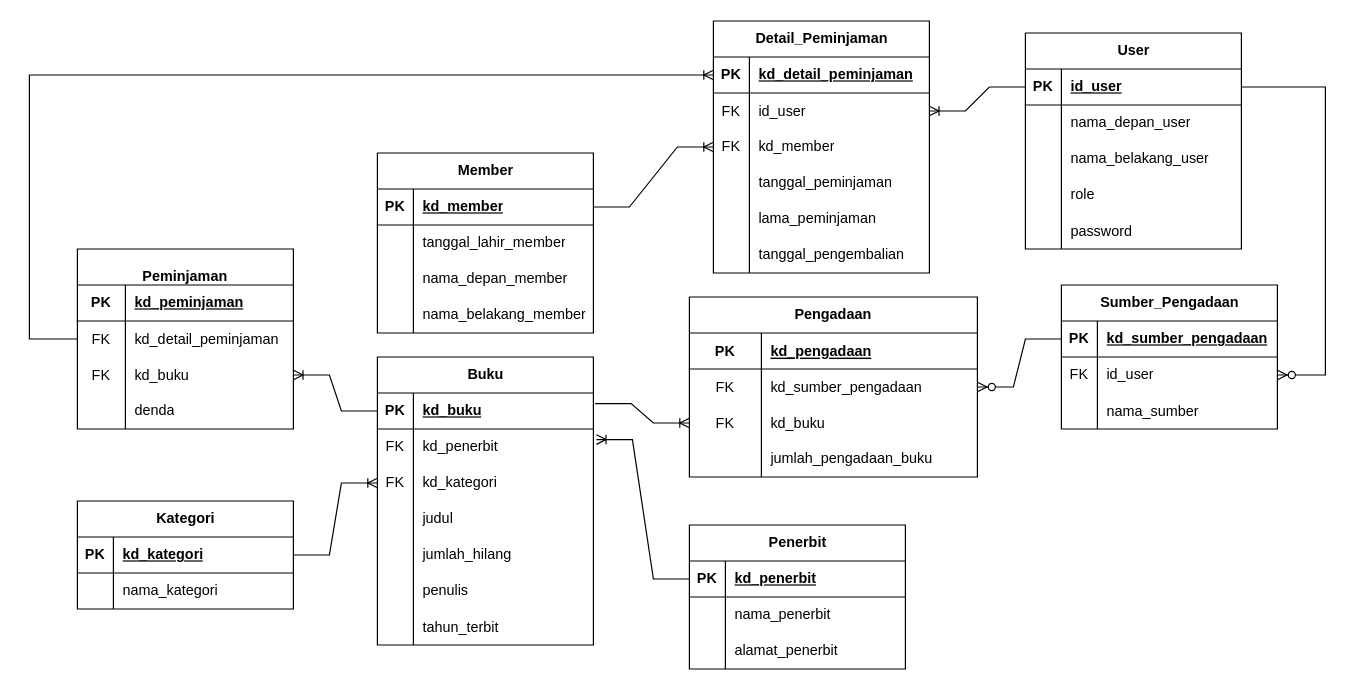
Above: page "RAT" (3 of 3) of design/Design.drawio in gitar14/qt-books-quick (draw.io), before the change. Source tidied: cells renumbered, new cells numbered last; positions are measured from the earlier drawing's top-left corner, leaving out a move shared by most shapes. Both pictures are drawn from the tidied source at 120%, with x=0, y=0 at pixel (29, 20).
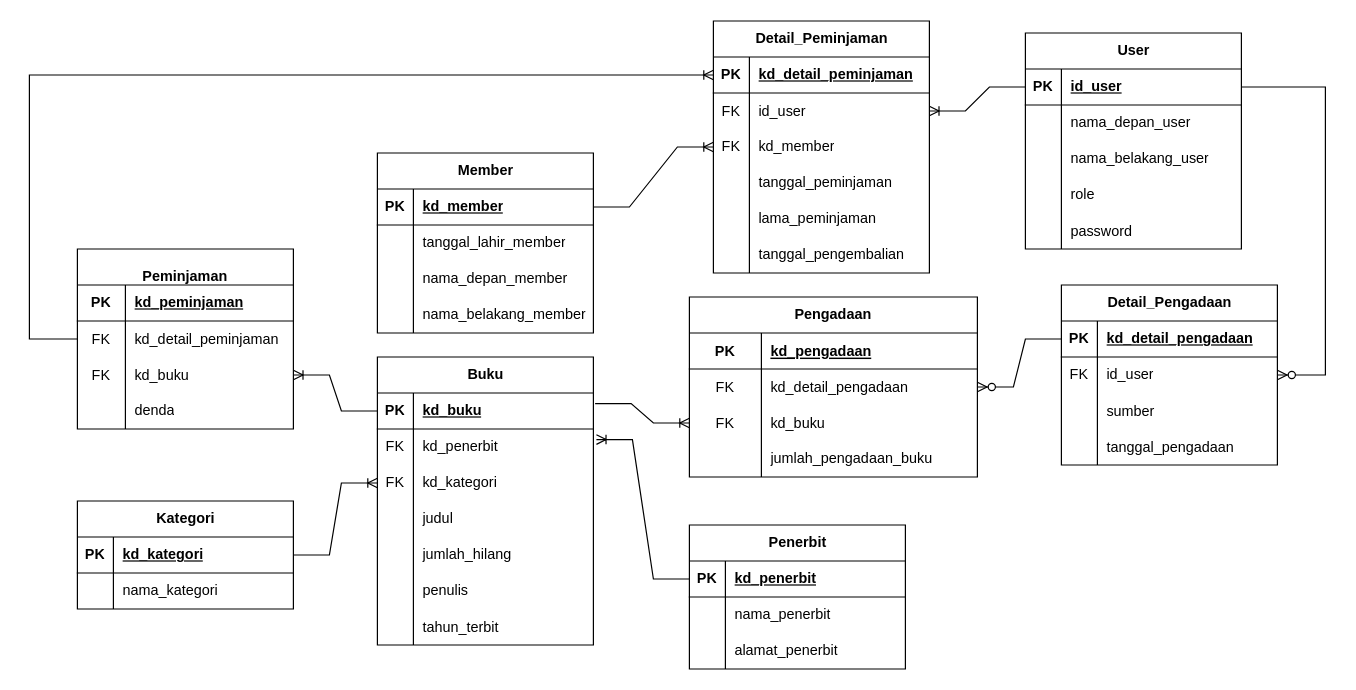
The same diagram, later.

Unchanged cells that the change refers to:
```xml
<mxCell id="16" style="shape=tableRow;horizontal=0;startSize=0;swimlaneHead=0;swimlaneBody=0;fillColor=none;points=[[0,0.5],[1,0.5]];portConstraint=eastwest;top=0;left=0;right=0;bottom=1;" parent="15" vertex="1">
  <mxGeometry y="30" width="180" height="30" as="geometry" />
</mxCell>
<mxCell id="22" style="shape=tableRow;horizontal=0;startSize=0;swimlaneHead=0;swimlaneBody=0;fillColor=none;top=0;left=0;right=0;bottom=0;" parent="15" vertex="1">
  <mxGeometry y="90" width="180" height="30" as="geometry" />
</mxCell>
<mxCell id="105" style="shape=tableRow;horizontal=0;startSize=0;swimlaneHead=0;swimlaneBody=0;fillColor=none;points=[[0,0.5],[1,0.5]];portConstraint=eastwest;top=0;left=0;right=0;bottom=0;" parent="101" vertex="1">
  <mxGeometry y="60" width="240" height="30" as="geometry" />
</mxCell>
```

The edit, as a diff of the source:
```diff
@@
-    <mxCell id="15" value="Sumber_Pengadaan" style="shape=table;startSize=30;childLayout=tableLayout;rowLines=0;fontStyle=1;align=center;html=1;" parent="1" vertex="1">
-      <mxGeometry x="860" y="220" width="180" height="120" as="geometry" />
+    <mxCell id="15" value="Detail_Pengadaan" style="shape=table;startSize=30;childLayout=tableLayout;rowLines=0;fontStyle=1;align=center;html=1;" parent="1" vertex="1">
+      <mxGeometry x="860" y="220" width="180" height="150" as="geometry" />
     </mxCell>
@@
-    <mxCell id="18" value="kd_sumber_pengadaan" style="shape=partialRectangle;fillColor=none;top=0;left=0;bottom=0;right=0;align=left;spacingLeft=6;fontStyle=5;overflow=hidden;whiteSpace=wrap;html=1;" parent="16" vertex="1">
+    <mxCell id="18" value="kd_detail_pengadaan" style="shape=partialRectangle;fillColor=none;top=0;left=0;bottom=0;right=0;align=left;spacingLeft=6;fontStyle=5;overflow=hidden;whiteSpace=wrap;html=1;" parent="16" vertex="1">
       <mxGeometry x="30" width="150" height="30" as="geometry" />
     </mxCell>
@@
-    <mxCell id="24" value="nama_sumber" style="shape=partialRectangle;fillColor=none;top=0;left=0;bottom=0;right=0;align=left;spacingLeft=6;overflow=hidden;" parent="22" vertex="1">
+    <mxCell id="24" value="sumber" style="shape=partialRectangle;fillColor=none;top=0;left=0;bottom=0;right=0;align=left;spacingLeft=6;overflow=hidden;" parent="22" vertex="1">
       <mxGeometry x="30" width="150" height="30" as="geometry" />
     </mxCell>
+    <mxCell id="134" style="shape=tableRow;horizontal=0;startSize=0;swimlaneHead=0;swimlaneBody=0;fillColor=none;top=0;left=0;right=0;bottom=0;" parent="15" vertex="1">
+      <mxGeometry y="120" width="180" height="30" as="geometry" />
+    </mxCell>
+    <mxCell id="135" style="shape=partialRectangle;fillColor=none;top=0;left=0;bottom=0;right=0;overflow=hidden;" parent="134" vertex="1">
+      <mxGeometry width="30" height="30" as="geometry" />
+    </mxCell>
+    <mxCell id="136" value="tanggal_pengadaan" style="shape=partialRectangle;fillColor=none;top=0;left=0;bottom=0;right=0;align=left;spacingLeft=6;overflow=hidden;" parent="134" vertex="1">
+      <mxGeometry x="30" width="150" height="30" as="geometry" />
+    </mxCell>
@@
-    <mxCell id="107" value="kd_sumber_pengadaan" style="shape=partialRectangle;fillColor=none;top=0;left=0;bottom=0;right=0;align=left;spacingLeft=6;overflow=hidden;" parent="105" vertex="1">
+    <mxCell id="107" value="kd_detail_pengadaan" style="shape=partialRectangle;fillColor=none;top=0;left=0;bottom=0;right=0;align=left;spacingLeft=6;overflow=hidden;" parent="105" vertex="1">
       <mxGeometry x="60" width="180" height="30" as="geometry" />
     </mxCell>
```
